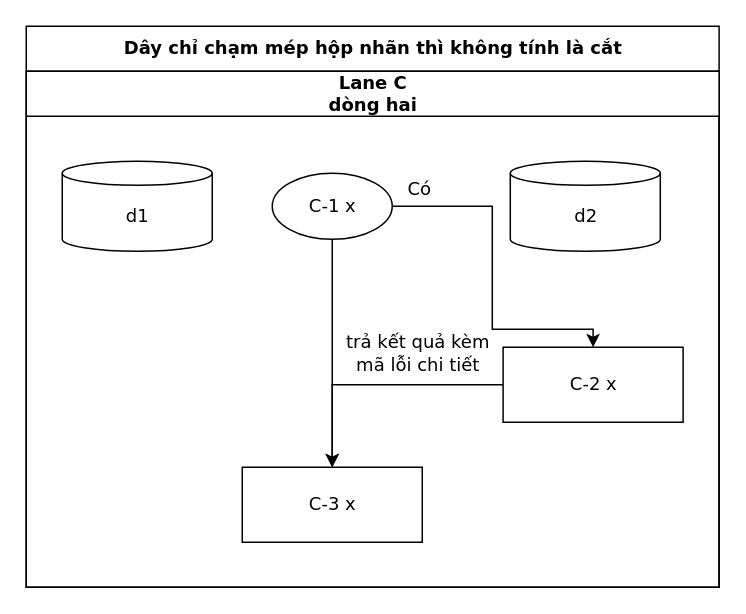
luytbq/flowcast keeps this draw.io diagram as conformance/golden/optimize/cases-59-label-touching-edge.drawio. Above is the earlier version. Source tidied: cells renumbered, new cells numbered last; positions are measured from the earlier drawing's top-left corner, leaving out a move shared by most shapes. Both pictures are drawn from the tidied source at 150%, with x=0, y=0 at pixel (26, 26).
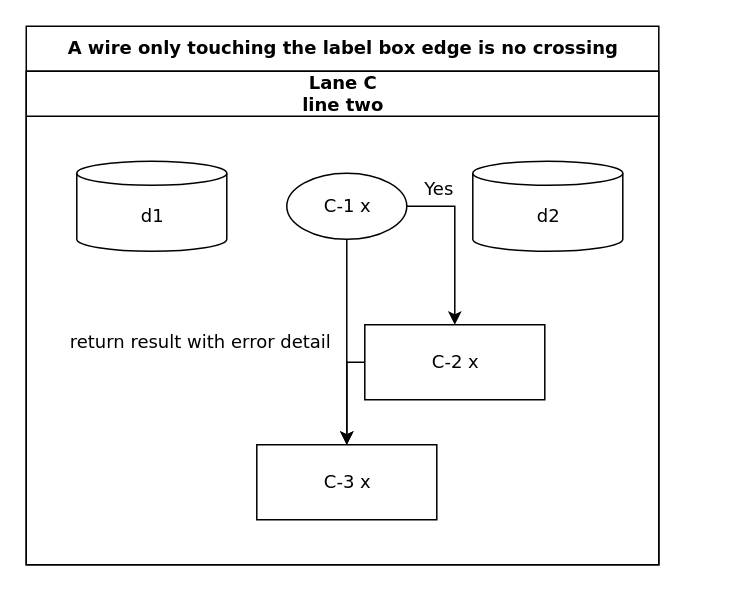
The same page after the edit.

The edit, as a diff of the source:
```diff
@@
 <mxGraphModel>
   <root>
     <mxCell id="0" />
     <mxCell id="1" parent="0" />
-    <mxCell id="2" value="Dây chỉ chạm mép hộp nhãn thì không tính là cắt" style="swimlane;html=1;startSize=30;fontStyle=1;fontFamily=Verdana;fontSize=12;flowtable=1;" parent="1" vertex="1">
-      <mxGeometry width="461.9" height="374" as="geometry" />
+    <mxCell id="2" value="A wire only touching the label box edge is no crossing" style="swimlane;html=1;startSize=30;fontStyle=1;fontFamily=Verdana;fontSize=12;flowtable=1;" parent="1" vertex="1">
+      <mxGeometry width="421.7" height="359" as="geometry" />
     </mxCell>
-    <mxCell id="3" value="Lane C&lt;br&gt;dòng hai" style="swimlane;html=1;startSize=30;fontFamily=Verdana;fontSize=12;flowtable=1;" parent="2" vertex="1">
-      <mxGeometry y="30" width="461.9" height="344" as="geometry" />
+    <mxCell id="3" value="Lane C&lt;br&gt;line two" style="swimlane;html=1;startSize=30;fontFamily=Verdana;fontSize=12;flowtable=1;" parent="2" vertex="1">
+      <mxGeometry y="30" width="421.7" height="329" as="geometry" />
     </mxCell>
     <mxCell id="4" value="C-1 x" style="ellipse;html=1;fontFamily=Verdana;fontSize=12;flowtable=1;" parent="3" vertex="1">
-      <mxGeometry x="164" y="68" width="80" height="44" as="geometry" />
+      <mxGeometry x="173.7" y="68" width="80" height="44" as="geometry" />
     </mxCell>
     <mxCell id="5" value="d1" style="shape=cylinder3;html=1;boundedLbl=1;backgroundOutline=1;size=8;fontFamily=Verdana;fontSize=12;flowtable=1;" parent="3" vertex="1">
-      <mxGeometry x="24" y="60" width="100" height="60" as="geometry" />
+      <mxGeometry x="33.7" y="60" width="100" height="60" as="geometry" />
     </mxCell>
     <mxCell id="6" value="d2" style="shape=cylinder3;html=1;boundedLbl=1;backgroundOutline=1;size=8;fontFamily=Verdana;fontSize=12;flowtable=1;" parent="3" vertex="1">
-      <mxGeometry x="322.7" y="60" width="100" height="60" as="geometry" />
+      <mxGeometry x="297.7" y="60" width="100" height="60" as="geometry" />
     </mxCell>
     <mxCell id="7" value="C-2 x" style="rounded=0;html=1;fontFamily=Verdana;fontSize=12;flowtable=1;" parent="3" vertex="1">
-      <mxGeometry x="317.9" y="184" width="120" height="50" as="geometry" />
+      <mxGeometry x="225.7" y="169" width="120" height="50" as="geometry" />
     </mxCell>
     <mxCell id="8" value="C-3 x" style="rounded=0;html=1;fontFamily=Verdana;fontSize=12;flowtable=1;" parent="3" vertex="1">
-      <mxGeometry x="144" y="264" width="120" height="50" as="geometry" />
+      <mxGeometry x="153.7" y="249" width="120" height="50" as="geometry" />
     </mxCell>
-    <mxCell id="9" value="Có" style="edgeStyle=orthogonalEdgeStyle;rounded=0;jettySize=auto;html=1;labelBackgroundColor=default;exitX=1;exitY=0.5;exitDx=0;exitDy=0;entryX=0.5;entryY=0;entryDx=0;entryDy=0;fontFamily=Verdana;fontSize=12;flowtable=1;" parent="2" edge="1" source="4" target="7">
-      <mxGeometry x="-0.84" relative="1" as="geometry">
+    <mxCell id="9" value="Yes" style="edgeStyle=orthogonalEdgeStyle;rounded=0;jettySize=auto;html=1;labelBackgroundColor=default;exitX=1;exitY=0.5;exitDx=0;exitDy=0;entryX=0.5;entryY=0;entryDx=0;entryDy=0;fontFamily=Verdana;fontSize=12;flowtable=1;" parent="2" edge="1" source="4" target="7">
+      <mxGeometry x="-0.63" relative="1" as="geometry">
         <Array as="points">
-          <mxPoint x="310.7" y="120" />
-          <mxPoint x="310.7" y="202" />
-          <mxPoint x="377.9" y="202" />
+          <mxPoint x="285.7" y="120" />
         </Array>
         <mxPoint y="-11.5" as="offset" />
       </mxGeometry>
     </mxCell>
-    <mxCell id="10" value="trả kết quả kèm&lt;br&gt;mã lỗi chi tiết" style="edgeStyle=orthogonalEdgeStyle;rounded=0;jettySize=auto;html=1;labelBackgroundColor=default;exitX=0.5;exitY=1;exitDx=0;exitDy=0;entryX=0.5;entryY=0;entryDx=0;entryDy=0;fontFamily=Verdana;fontSize=12;flowtable=1;" parent="2" edge="1" source="4" target="8">
+    <mxCell id="10" value="return result with error detail" style="edgeStyle=orthogonalEdgeStyle;rounded=0;jettySize=auto;html=1;labelBackgroundColor=default;exitX=0.5;exitY=1;exitDx=0;exitDy=0;entryX=0.5;entryY=0;entryDx=0;entryDy=0;fontFamily=Verdana;fontSize=12;flowtable=1;" parent="2" edge="1" source="4" target="8">
       <mxGeometry relative="1" as="geometry">
-        <mxPoint x="57.4" as="offset" />
+        <mxPoint x="-97.3" as="offset" />
       </mxGeometry>
     </mxCell>
     <mxCell id="11" style="edgeStyle=orthogonalEdgeStyle;rounded=0;jettySize=auto;html=1;labelBackgroundColor=default;exitX=0;exitY=0.5;exitDx=0;exitDy=0;entryX=0.5;entryY=0;entryDx=0;entryDy=0;fontFamily=Verdana;fontSize=12;flowtable=1;" parent="2" edge="1" source="7" target="8">
       <mxGeometry relative="1" as="geometry">
         <Array as="points">
-          <mxPoint x="204" y="239" />
+          <mxPoint x="213.7" y="224" />
         </Array>
       </mxGeometry>
     </mxCell>
   </root>
 </mxGraphModel>
```
